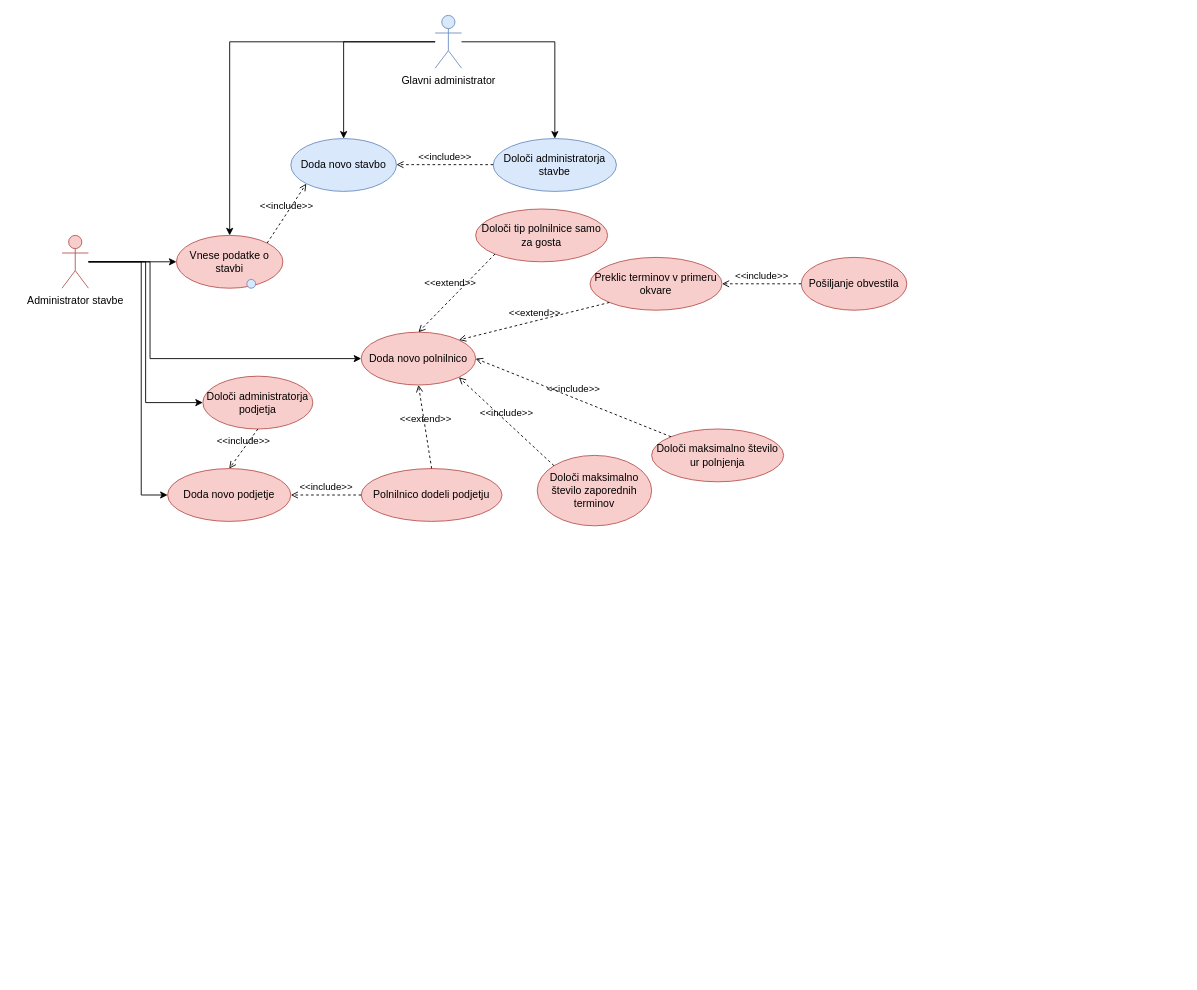
Before: Untitled Diagram.drawio in AnzeSavli/diplomska, a draw.io diagram. Source tidied: cells renumbered, new cells numbered last; positions are measured from the earlier drawing's top-left corner, leaving out a move shared by most shapes. Both pictures are drawn from the tidied source at 88%, with x=0, y=0 at pixel (62, 15).
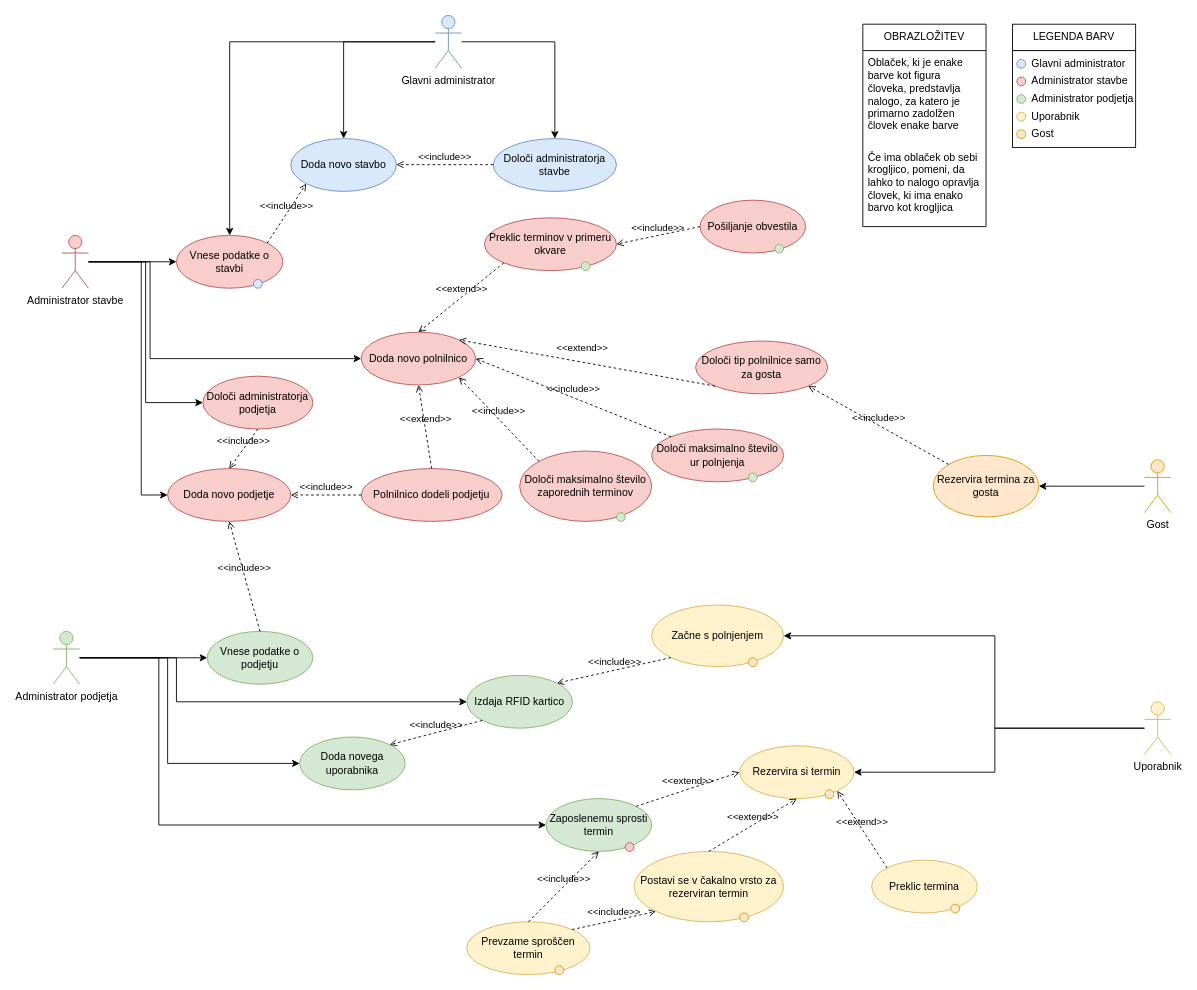
Above is the later version.

Unchanged cells that the change refers to:
```xml
<mxCell id="16" value="Doda novo podjetje" style="ellipse;whiteSpace=wrap;html=1;fillColor=#f8cecc;strokeColor=#b85450;" parent="1" vertex="1">
  <mxGeometry x="120" y="515" width="140" height="60" as="geometry" />
</mxCell>
<mxCell id="17" value="Doda novo polnilnico" style="ellipse;whiteSpace=wrap;html=1;fillColor=#f8cecc;strokeColor=#b85450;" parent="1" vertex="1">
  <mxGeometry x="340" y="360" width="130" height="60" as="geometry" />
</mxCell>
```

Change to the diagram source:
```diff
@@
+    <mxCell id="34" style="rounded=0;whiteSpace=wrap;html=1;" parent="1" vertex="1">
+      <mxGeometry x="1080" y="40" width="140" height="110" as="geometry" />
+    </mxCell>
+    <mxCell id="35" style="rounded=0;whiteSpace=wrap;html=1;" parent="1" vertex="1">
+      <mxGeometry x="1080" y="10" width="140" height="30" as="geometry" />
+    </mxCell>
@@
     <mxCell id="15" style="ellipse;whiteSpace=wrap;html=1;fillColor=#dae8fc;strokeColor=#6c8ebf;" parent="1" vertex="1">
-      <mxGeometry x="210" y="300" width="10" height="10" as="geometry" />
+      <mxGeometry x="217.5" y="300" width="10" height="10" as="geometry" />
     </mxCell>
@@
     <mxCell id="18" value="Določi tip polnilnice samo za gosta" style="ellipse;whiteSpace=wrap;html=1;fillColor=#f8cecc;strokeColor=#b85450;" parent="1" vertex="1">
-      <mxGeometry x="470" y="220" width="150" height="60" as="geometry" />
+      <mxGeometry x="720" y="370" width="150" height="60" as="geometry" />
     </mxCell>
-    <mxCell id="19" value="&amp;lt;&amp;lt;extend&amp;gt;&amp;gt;" style="html=1;verticalAlign=bottom;labelBackgroundColor=none;endArrow=open;endFill=0;dashed=1;rounded=0;exitX=0;exitY=1;exitDx=0;exitDy=0;entryX=0.5;entryY=0;entryDx=0;entryDy=0;" parent="1" edge="1" source="18" target="17">
+    <mxCell id="19" value="&amp;lt;&amp;lt;extend&amp;gt;&amp;gt;" style="html=1;verticalAlign=bottom;labelBackgroundColor=none;endArrow=open;endFill=0;dashed=1;rounded=0;exitX=0;exitY=1;exitDx=0;exitDy=0;entryX=1;entryY=0;entryDx=0;entryDy=0;" parent="1" edge="1" source="18" target="17">
       <mxGeometry x="0.05" y="-7" relative="1" as="geometry" />
     </mxCell>
@@
     <mxCell id="24" value="Določi maksimalno število zaporednih terminov" style="ellipse;whiteSpace=wrap;html=1;fillColor=#f8cecc;strokeColor=#b85450;" parent="1" vertex="1">
-      <mxGeometry x="540" y="500" width="130" height="80" as="geometry" />
+      <mxGeometry x="520" y="495" width="150" height="80" as="geometry" />
     </mxCell>
@@
     <mxCell id="26" value="Preklic terminov v primeru okvare" style="ellipse;whiteSpace=wrap;html=1;fillColor=#f8cecc;strokeColor=#b85450;" parent="1" vertex="1">
-      <mxGeometry x="600" y="275" width="150" height="60" as="geometry" />
+      <mxGeometry x="480" y="230" width="150" height="60" as="geometry" />
     </mxCell>
-    <mxCell id="27" value="&amp;lt;&amp;lt;extend&amp;gt;&amp;gt;" style="html=1;verticalAlign=bottom;labelBackgroundColor=none;endArrow=open;endFill=0;dashed=1;rounded=0;exitX=0;exitY=1;exitDx=0;exitDy=0;entryX=1;entryY=0;entryDx=0;entryDy=0;" parent="1" edge="1" source="26" target="17">
+    <mxCell id="27" value="&amp;lt;&amp;lt;extend&amp;gt;&amp;gt;" style="html=1;verticalAlign=bottom;labelBackgroundColor=none;endArrow=open;endFill=0;dashed=1;rounded=0;exitX=0;exitY=1;exitDx=0;exitDy=0;entryX=0.5;entryY=0;entryDx=0;entryDy=0;" parent="1" edge="1" source="26" target="17">
       <mxGeometry relative="1" as="geometry" />
     </mxCell>
     <mxCell id="28" value="Pošiljanje obvestila" style="ellipse;whiteSpace=wrap;html=1;fillColor=#f8cecc;strokeColor=#b85450;" parent="1" vertex="1">
-      <mxGeometry x="840" y="275" width="120" height="60" as="geometry" />
+      <mxGeometry x="725" y="210" width="120" height="60" as="geometry" />
     </mxCell>
@@
+    <mxCell id="36" style="edgeStyle=orthogonalEdgeStyle;rounded=0;jettySize=auto;html=1;entryX=0;entryY=0.5;entryDx=0;entryDy=0;" parent="1" edge="1" source="40" target="41">
+      <mxGeometry relative="1" as="geometry" />
+    </mxCell>
+    <mxCell id="37" style="edgeStyle=orthogonalEdgeStyle;rounded=0;jettySize=auto;html=1;entryX=0;entryY=0.5;entryDx=0;entryDy=0;" parent="1" edge="1" source="40" target="43">
+      <mxGeometry relative="1" as="geometry">
+        <Array as="points">
+          <mxPoint x="120" y="730" />
+          <mxPoint x="120" y="850" />
+        </Array>
+      </mxGeometry>
+    </mxCell>
+    <mxCell id="38" style="edgeStyle=orthogonalEdgeStyle;rounded=0;jettySize=auto;html=1;entryX=0;entryY=0.5;entryDx=0;entryDy=0;" parent="1" edge="1" source="40" target="48">
+      <mxGeometry relative="1" as="geometry">
+        <Array as="points">
+          <mxPoint x="130" y="730" />
+          <mxPoint x="130" y="780" />
+        </Array>
+      </mxGeometry>
+    </mxCell>
+    <mxCell id="39" style="edgeStyle=orthogonalEdgeStyle;rounded=0;jettySize=auto;html=1;entryX=0;entryY=0.5;entryDx=0;entryDy=0;" parent="1" edge="1" source="40" target="50">
+      <mxGeometry relative="1" as="geometry">
+        <Array as="points">
+          <mxPoint x="110" y="730" />
+          <mxPoint x="110" y="920" />
+        </Array>
+      </mxGeometry>
+    </mxCell>
+    <mxCell id="40" value="Administrator podjetja" style="shape=umlActor;verticalLabelPosition=bottom;verticalAlign=top;html=1;outlineConnect=0;fillColor=#d5e8d4;strokeColor=#82b366;" parent="1" vertex="1">
+      <mxGeometry x="-10" y="700" width="30" height="60" as="geometry" />
+    </mxCell>
+    <mxCell id="41" value="Vnese podatke o podjetju" style="ellipse;whiteSpace=wrap;html=1;fillColor=#d5e8d4;strokeColor=#82b366;" parent="1" vertex="1">
+      <mxGeometry x="165" y="700" width="120" height="60" as="geometry" />
+    </mxCell>
+    <mxCell id="42" value="&amp;lt;&amp;lt;include&amp;gt;&amp;gt;" style="html=1;verticalAlign=bottom;labelBackgroundColor=none;endArrow=open;endFill=0;dashed=1;rounded=0;exitX=0.5;exitY=0;exitDx=0;exitDy=0;entryX=0.5;entryY=1;entryDx=0;entryDy=0;" parent="1" edge="1" source="41" target="16">
+      <mxGeometry relative="1" as="geometry" />
+    </mxCell>
+    <mxCell id="43" value="Doda novega uporabnika" style="ellipse;whiteSpace=wrap;html=1;fillColor=#d5e8d4;strokeColor=#82b366;" parent="1" vertex="1">
+      <mxGeometry x="270" y="820" width="120" height="60" as="geometry" />
+    </mxCell>
+    <mxCell id="44" style="ellipse;whiteSpace=wrap;html=1;fillColor=#d5e8d4;strokeColor=#82b366;" parent="1" vertex="1">
+      <mxGeometry x="590" y="280" width="10" height="10" as="geometry" />
+    </mxCell>
+    <mxCell id="45" style="ellipse;whiteSpace=wrap;html=1;fillColor=#d5e8d4;strokeColor=#82b366;" parent="1" vertex="1">
+      <mxGeometry x="810" y="260" width="10" height="10" as="geometry" />
+    </mxCell>
+    <mxCell id="46" style="ellipse;whiteSpace=wrap;html=1;fillColor=#d5e8d4;strokeColor=#82b366;" parent="1" vertex="1">
+      <mxGeometry x="630" y="565" width="10" height="10" as="geometry" />
+    </mxCell>
+    <mxCell id="47" style="ellipse;whiteSpace=wrap;html=1;fillColor=#d5e8d4;strokeColor=#82b366;" parent="1" vertex="1">
+      <mxGeometry x="780" y="520" width="10" height="10" as="geometry" />
+    </mxCell>
+    <mxCell id="48" value="Izdaja RFID kartico" style="ellipse;whiteSpace=wrap;html=1;fillColor=#d5e8d4;strokeColor=#82b366;" parent="1" vertex="1">
+      <mxGeometry x="460" y="750" width="120" height="60" as="geometry" />
+    </mxCell>
+    <mxCell id="49" value="&amp;lt;&amp;lt;include&amp;gt;&amp;gt;" style="html=1;verticalAlign=bottom;labelBackgroundColor=none;endArrow=open;endFill=0;dashed=1;rounded=0;exitX=0;exitY=1;exitDx=0;exitDy=0;entryX=1;entryY=0;entryDx=0;entryDy=0;" parent="1" edge="1" source="48" target="43">
+      <mxGeometry relative="1" as="geometry" />
+    </mxCell>
+    <mxCell id="50" value="Zaposlenemu sprosti termin" style="ellipse;whiteSpace=wrap;html=1;fillColor=#d5e8d4;strokeColor=#82b366;" parent="1" vertex="1">
+      <mxGeometry x="550" y="890" width="120" height="60" as="geometry" />
+    </mxCell>
+    <mxCell id="51" style="ellipse;whiteSpace=wrap;html=1;fillColor=#f8cecc;strokeColor=#b85450;" parent="1" vertex="1">
+      <mxGeometry x="640" y="940" width="10" height="10" as="geometry" />
+    </mxCell>
+    <mxCell id="52" style="edgeStyle=orthogonalEdgeStyle;rounded=0;jettySize=auto;html=1;entryX=1;entryY=0.5;entryDx=0;entryDy=0;" parent="1" edge="1" source="54" target="55">
+      <mxGeometry relative="1" as="geometry">
+        <Array as="points">
+          <mxPoint x="1060" y="810" />
+          <mxPoint x="1060" y="860" />
+        </Array>
+      </mxGeometry>
+    </mxCell>
+    <mxCell id="53" style="edgeStyle=orthogonalEdgeStyle;rounded=0;jettySize=auto;html=1;entryX=1;entryY=0.5;entryDx=0;entryDy=0;" parent="1" edge="1" source="54" target="57">
+      <mxGeometry relative="1" as="geometry">
+        <Array as="points">
+          <mxPoint x="1060" y="810" />
+          <mxPoint x="1060" y="705" />
+        </Array>
+      </mxGeometry>
+    </mxCell>
+    <mxCell id="54" value="Uporabnik" style="shape=umlActor;verticalLabelPosition=bottom;verticalAlign=top;html=1;outlineConnect=0;fillColor=#fff2cc;strokeColor=#d6b656;" parent="1" vertex="1">
+      <mxGeometry x="1230" y="780" width="30" height="60" as="geometry" />
+    </mxCell>
+    <mxCell id="55" value="Rezervira si termin" style="ellipse;whiteSpace=wrap;html=1;fillColor=#fff2cc;strokeColor=#d6b656;" parent="1" vertex="1">
+      <mxGeometry x="770" y="830" width="130" height="60" as="geometry" />
+    </mxCell>
+    <mxCell id="56" value="&amp;lt;&amp;lt;extend&amp;gt;&amp;gt;" style="html=1;verticalAlign=bottom;labelBackgroundColor=none;endArrow=open;endFill=0;dashed=1;rounded=0;exitX=1;exitY=0;exitDx=0;exitDy=0;entryX=0;entryY=0.5;entryDx=0;entryDy=0;" parent="1" edge="1" source="50" target="55">
+      <mxGeometry relative="1" as="geometry" />
+    </mxCell>
+    <mxCell id="57" value="Začne s polnjenjem" style="ellipse;whiteSpace=wrap;html=1;fillColor=#fff2cc;strokeColor=#d6b656;" parent="1" vertex="1">
+      <mxGeometry x="670" y="670" width="150" height="70" as="geometry" />
+    </mxCell>
+    <mxCell id="58" value="&amp;lt;&amp;lt;include&amp;gt;&amp;gt;" style="html=1;verticalAlign=bottom;labelBackgroundColor=none;endArrow=open;endFill=0;dashed=1;rounded=0;exitX=0;exitY=1;exitDx=0;exitDy=0;entryX=1;entryY=0;entryDx=0;entryDy=0;" parent="1" edge="1" source="57" target="48">
+      <mxGeometry relative="1" as="geometry" />
+    </mxCell>
+    <mxCell id="59" value="Postavi se v čakalno vrsto za rezerviran termin" style="ellipse;whiteSpace=wrap;html=1;fillColor=#fff2cc;strokeColor=#d6b656;" parent="1" vertex="1">
+      <mxGeometry x="650" y="950" width="170" height="80" as="geometry" />
+    </mxCell>
+    <mxCell id="60" value="&amp;lt;&amp;lt;extend&amp;gt;&amp;gt;" style="html=1;verticalAlign=bottom;labelBackgroundColor=none;endArrow=open;endFill=0;dashed=1;rounded=0;entryX=0.5;entryY=1;entryDx=0;entryDy=0;exitX=0.5;exitY=0;exitDx=0;exitDy=0;" parent="1" edge="1" source="59" target="55">
+      <mxGeometry relative="1" as="geometry" />
+    </mxCell>
+    <mxCell id="61" value="Prevzame sproščen termin" style="ellipse;whiteSpace=wrap;html=1;fillColor=#fff2cc;strokeColor=#d6b656;" parent="1" vertex="1">
+      <mxGeometry x="460" y="1030" width="140" height="60" as="geometry" />
+    </mxCell>
+    <mxCell id="62" value="&amp;lt;&amp;lt;include&amp;gt;&amp;gt;" style="html=1;verticalAlign=bottom;labelBackgroundColor=none;endArrow=open;endFill=0;dashed=1;rounded=0;exitX=0.5;exitY=0;exitDx=0;exitDy=0;entryX=0.5;entryY=1;entryDx=0;entryDy=0;" parent="1" edge="1" source="61" target="50">
+      <mxGeometry relative="1" as="geometry" />
+    </mxCell>
+    <mxCell id="63" value="&amp;lt;&amp;lt;include&amp;gt;&amp;gt;" style="html=1;verticalAlign=bottom;labelBackgroundColor=none;endArrow=open;endFill=0;dashed=1;rounded=0;exitX=1;exitY=0;exitDx=0;exitDy=0;entryX=0;entryY=1;entryDx=0;entryDy=0;" parent="1" edge="1" source="61" target="59">
+      <mxGeometry relative="1" as="geometry" />
+    </mxCell>
+    <mxCell id="64" value="Preklic termina" style="ellipse;whiteSpace=wrap;html=1;fillColor=#fff2cc;strokeColor=#d6b656;" parent="1" vertex="1">
+      <mxGeometry x="920" y="960" width="120" height="60" as="geometry" />
+    </mxCell>
+    <mxCell id="65" value="&amp;lt;&amp;lt;extend&amp;gt;&amp;gt;" style="html=1;verticalAlign=bottom;labelBackgroundColor=none;endArrow=open;endFill=0;dashed=1;rounded=0;exitX=0;exitY=0;exitDx=0;exitDy=0;entryX=1;entryY=1;entryDx=0;entryDy=0;" parent="1" edge="1" source="64" target="55">
+      <mxGeometry relative="1" as="geometry" />
+    </mxCell>
+    <mxCell id="66" style="edgeStyle=orthogonalEdgeStyle;rounded=0;jettySize=auto;html=1;entryX=1;entryY=0.5;entryDx=0;entryDy=0;" parent="1" edge="1" source="67" target="68">
+      <mxGeometry relative="1" as="geometry" />
+    </mxCell>
+    <mxCell id="67" value="Gost" style="shape=umlActor;verticalLabelPosition=bottom;verticalAlign=top;html=1;outlineConnect=0;fillColor=#ffe6cc;strokeColor=#d79b00;" parent="1" vertex="1">
+      <mxGeometry x="1230" y="505" width="30" height="60" as="geometry" />
+    </mxCell>
+    <mxCell id="68" value="Rezervira termina za gosta" style="ellipse;whiteSpace=wrap;html=1;fillColor=#ffe6cc;strokeColor=#d79b00;" parent="1" vertex="1">
+      <mxGeometry x="990" y="500" width="120" height="70" as="geometry" />
+    </mxCell>
+    <mxCell id="69" value="&amp;lt;&amp;lt;include&amp;gt;&amp;gt;" style="html=1;verticalAlign=bottom;labelBackgroundColor=none;endArrow=open;endFill=0;dashed=1;rounded=0;exitX=0;exitY=0;exitDx=0;exitDy=0;entryX=1;entryY=1;entryDx=0;entryDy=0;" parent="1" edge="1" source="68" target="18">
+      <mxGeometry relative="1" as="geometry" />
+    </mxCell>
+    <mxCell id="70" style="ellipse;whiteSpace=wrap;html=1;fillColor=#ffe6cc;strokeColor=#d79b00;" parent="1" vertex="1">
+      <mxGeometry x="780" y="730" width="10" height="10" as="geometry" />
+    </mxCell>
+    <mxCell id="71" style="ellipse;whiteSpace=wrap;html=1;fillColor=#ffe6cc;strokeColor=#d79b00;" parent="1" vertex="1">
+      <mxGeometry x="867" y="880" width="10" height="10" as="geometry" />
+    </mxCell>
+    <mxCell id="72" style="ellipse;whiteSpace=wrap;html=1;fillColor=#ffe6cc;strokeColor=#d79b00;" parent="1" vertex="1">
+      <mxGeometry x="1010" y="1010" width="10" height="10" as="geometry" />
+    </mxCell>
+    <mxCell id="73" style="ellipse;whiteSpace=wrap;html=1;fillColor=#ffe6cc;strokeColor=#d79b00;" parent="1" vertex="1">
+      <mxGeometry x="770" y="1020" width="10" height="10" as="geometry" />
+    </mxCell>
+    <mxCell id="74" style="ellipse;whiteSpace=wrap;html=1;fillColor=#ffe6cc;strokeColor=#d79b00;" parent="1" vertex="1">
+      <mxGeometry x="560" y="1080" width="10" height="10" as="geometry" />
+    </mxCell>
+    <mxCell id="75" value="OBRAZLOŽITEV" style="swimlane;fontStyle=0;horizontal=1;startSize=30;whiteSpace=wrap;html=1;" parent="1" vertex="1">
+      <mxGeometry x="910" y="10" width="140" height="230" as="geometry" />
+    </mxCell>
+    <mxCell id="76" value="Oblaček, ki je enake barve kot figura človeka, predstavlja nalogo, za katero je primarno zadolžen človek enake barve" style="text;strokeColor=none;fillColor=none;align=left;verticalAlign=middle;spacingLeft=4;spacingRight=4;overflow=hidden;whiteSpace=wrap;html=1;" parent="75" vertex="1">
+      <mxGeometry y="30" width="140" height="100" as="geometry" />
+    </mxCell>
+    <mxCell id="77" value="Če ima oblaček ob sebi krogljico, pomeni, da lahko to nalogo opravlja človek, ki ima enako barvo kot krogljica" style="text;strokeColor=none;fillColor=none;align=left;verticalAlign=middle;spacingLeft=4;spacingRight=4;overflow=hidden;whiteSpace=wrap;html=1;" parent="75" vertex="1">
+      <mxGeometry y="130" width="140" height="100" as="geometry" />
+    </mxCell>
+    <mxCell id="78" style="ellipse;whiteSpace=wrap;html=1;fillColor=#dae8fc;strokeColor=#6c8ebf;" parent="1" vertex="1">
+      <mxGeometry x="1085" y="50" width="10" height="10" as="geometry" />
+    </mxCell>
+    <mxCell id="79" style="ellipse;whiteSpace=wrap;html=1;fillColor=#f8cecc;strokeColor=#b85450;" parent="1" vertex="1">
+      <mxGeometry x="1085" y="70" width="10" height="10" as="geometry" />
+    </mxCell>
+    <mxCell id="80" style="ellipse;whiteSpace=wrap;html=1;fillColor=#d5e8d4;strokeColor=#82b366;" parent="1" vertex="1">
+      <mxGeometry x="1085" y="90" width="10" height="10" as="geometry" />
+    </mxCell>
+    <mxCell id="81" style="ellipse;whiteSpace=wrap;html=1;fillColor=#fff2cc;strokeColor=#d6b656;" parent="1" vertex="1">
+      <mxGeometry x="1085" y="110" width="10" height="10" as="geometry" />
+    </mxCell>
+    <mxCell id="82" style="ellipse;whiteSpace=wrap;html=1;fillColor=#ffe6cc;strokeColor=#d79b00;" parent="1" vertex="1">
+      <mxGeometry x="1085" y="130" width="10" height="10" as="geometry" />
+    </mxCell>
+    <mxCell id="83" value="LEGENDA BARV" style="text;html=1;strokeColor=none;fillColor=none;align=center;verticalAlign=middle;whiteSpace=wrap;rounded=0;" parent="1" vertex="1">
+      <mxGeometry x="1100" y="10" width="100" height="30" as="geometry" />
+    </mxCell>
+    <mxCell id="84" value="Glavni administrator" style="text;html=1;strokeColor=none;fillColor=none;align=left;verticalAlign=middle;whiteSpace=wrap;rounded=0;" parent="1" vertex="1">
+      <mxGeometry x="1100" y="45" width="120" height="20" as="geometry" />
+    </mxCell>
+    <mxCell id="85" value="Administrator stavbe" style="text;html=1;strokeColor=none;fillColor=none;align=left;verticalAlign=middle;whiteSpace=wrap;rounded=0;" parent="1" vertex="1">
+      <mxGeometry x="1100" y="65" width="120" height="20" as="geometry" />
+    </mxCell>
+    <mxCell id="86" value="Administrator podjetja" style="text;html=1;strokeColor=none;fillColor=none;align=left;verticalAlign=middle;whiteSpace=wrap;rounded=0;" parent="1" vertex="1">
+      <mxGeometry x="1100" y="85" width="120" height="20" as="geometry" />
+    </mxCell>
+    <mxCell id="87" value="Uporabnik" style="text;html=1;strokeColor=none;fillColor=none;align=left;verticalAlign=middle;whiteSpace=wrap;rounded=0;" parent="1" vertex="1">
+      <mxGeometry x="1100" y="105" width="120" height="20" as="geometry" />
+    </mxCell>
+    <mxCell id="88" value="Gost" style="text;html=1;strokeColor=none;fillColor=none;align=left;verticalAlign=middle;whiteSpace=wrap;rounded=0;" parent="1" vertex="1">
+      <mxGeometry x="1100" y="125" width="120" height="20" as="geometry" />
+    </mxCell>
```
